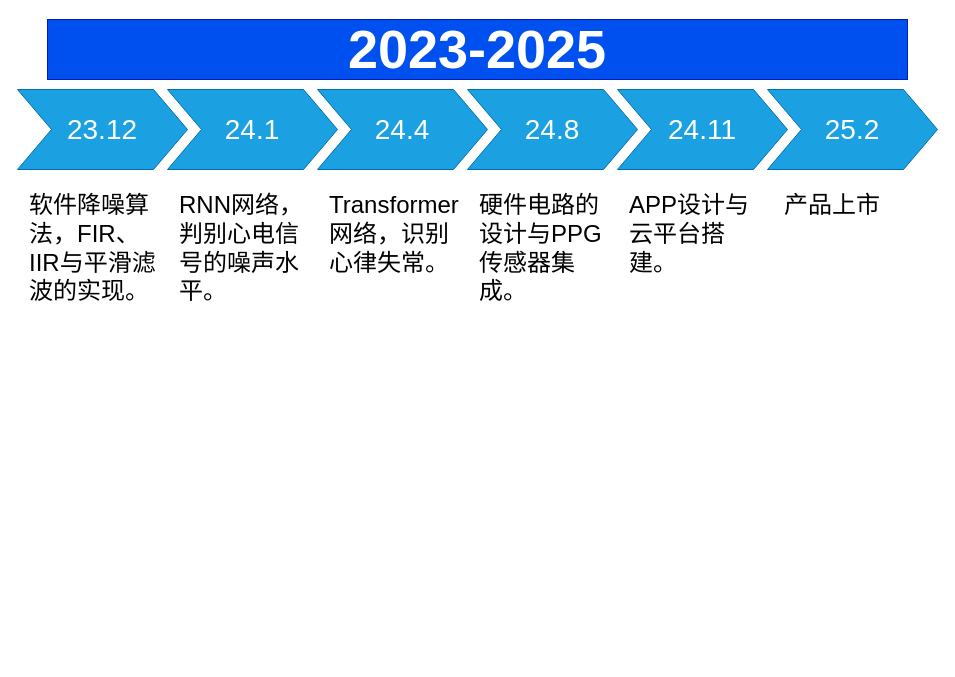
Earlier version of the draw.io diagram postgraduation/23sensor_schedule.drawio (Thesoul20/daily-work). Source tidied: cells renumbered, new cells numbered last; positions are measured from the earlier drawing's top-left corner, leaving out a move shared by most shapes. Both pictures are drawn from the tidied source at 100%, with x=0, y=0 at pixel (17, 19).
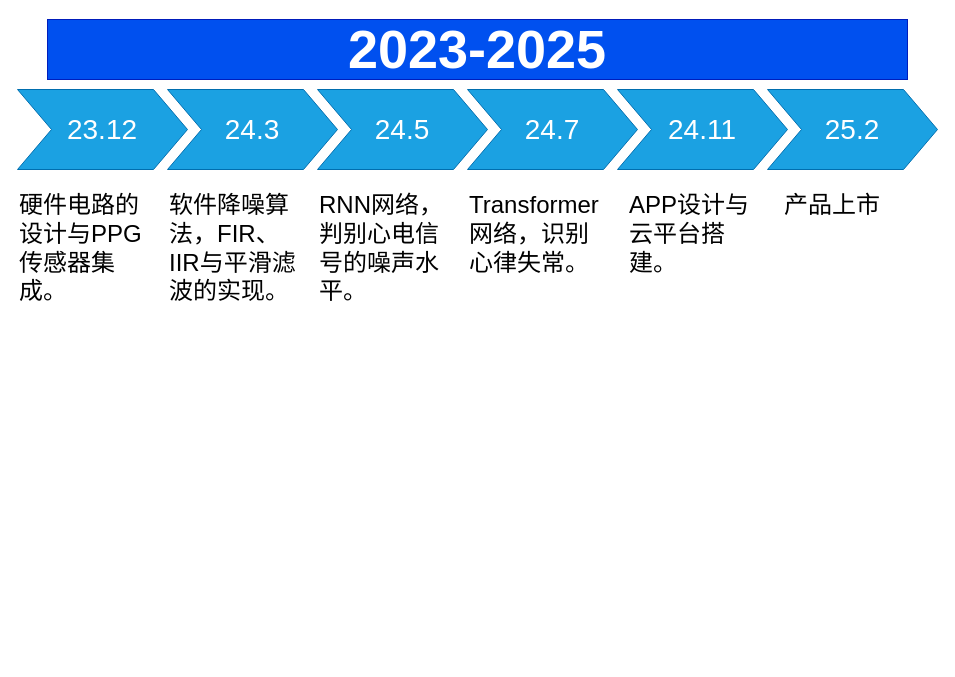
After the change.

Commit message:
first design the hardware and then design the software

What changed in the source:
```diff
@@
 <mxGraphModel>
   <root>
     <mxCell id="0" />
     <mxCell id="1" parent="0" />
     <mxCell id="2" value="23.12" style="shape=step;whiteSpace=wrap;html=1;fontSize=28;fillColor=#1ba1e2;fontColor=#ffffff;strokeColor=#006EAF;" parent="1" vertex="1">
       <mxGeometry y="70" width="170" height="80" as="geometry" />
     </mxCell>
-    <mxCell id="3" value="24.1" style="shape=step;whiteSpace=wrap;html=1;fontSize=28;fillColor=#1ba1e2;fontColor=#ffffff;strokeColor=#006EAF;" parent="1" vertex="1">
+    <mxCell id="3" value="24.3" style="shape=step;whiteSpace=wrap;html=1;fontSize=28;fillColor=#1ba1e2;fontColor=#ffffff;strokeColor=#006EAF;" parent="1" vertex="1">
       <mxGeometry x="150" y="70" width="170" height="80" as="geometry" />
     </mxCell>
-    <mxCell id="4" value="24.4" style="shape=step;whiteSpace=wrap;html=1;fontSize=28;fillColor=#1ba1e2;fontColor=#ffffff;strokeColor=#006EAF;" parent="1" vertex="1">
+    <mxCell id="4" value="24.5" style="shape=step;whiteSpace=wrap;html=1;fontSize=28;fillColor=#1ba1e2;fontColor=#ffffff;strokeColor=#006EAF;" parent="1" vertex="1">
       <mxGeometry x="300" y="70" width="170" height="80" as="geometry" />
     </mxCell>
-    <mxCell id="5" value="24.8" style="shape=step;whiteSpace=wrap;html=1;fontSize=28;fillColor=#1ba1e2;fontColor=#ffffff;strokeColor=#006EAF;" parent="1" vertex="1">
+    <mxCell id="5" value="24.7" style="shape=step;whiteSpace=wrap;html=1;fontSize=28;fillColor=#1ba1e2;fontColor=#ffffff;strokeColor=#006EAF;" parent="1" vertex="1">
       <mxGeometry x="450" y="70" width="170" height="80" as="geometry" />
     </mxCell>
     <mxCell id="6" value="24.11" style="shape=step;whiteSpace=wrap;html=1;fontSize=28;fillColor=#1ba1e2;fontColor=#ffffff;strokeColor=#006EAF;" parent="1" vertex="1">
       <mxGeometry x="600" y="70" width="170" height="80" as="geometry" />
     </mxCell>
     <mxCell id="7" value="25.2" style="shape=step;whiteSpace=wrap;html=1;fontSize=28;fillColor=#1ba1e2;fontColor=#ffffff;strokeColor=#006EAF;" parent="1" vertex="1">
       <mxGeometry x="750" y="70" width="170" height="80" as="geometry" />
     </mxCell>
     <mxCell id="8" value="2023-2025" style="text;html=1;strokeColor=#001DBC;fillColor=#0050ef;align=center;verticalAlign=middle;whiteSpace=wrap;fontSize=54;fontStyle=1;fontColor=#ffffff;" parent="1" vertex="1">
       <mxGeometry x="30" width="860" height="60" as="geometry" />
     </mxCell>
     <mxCell id="9" value="&lt;font style=&quot;font-size: 24px;&quot;&gt;软件降噪算法，FIR、IIR与平滑滤波的实现。&lt;/font&gt;" style="text;spacingTop=-5;fillColor=#ffffff;whiteSpace=wrap;html=1;align=left;fontSize=12;fontFamily=Helvetica;fillColor=none;strokeColor=none;" parent="1" vertex="1">
-      <mxGeometry x="10" y="170" width="140" height="470" as="geometry" />
+      <mxGeometry x="150" y="170" width="140" height="470" as="geometry" />
     </mxCell>
     <mxCell id="10" value="&lt;font style=&quot;font-size: 24px;&quot;&gt;RNN网络，判别心电信号的噪声水平。&lt;/font&gt;" style="text;spacingTop=-5;fillColor=#ffffff;whiteSpace=wrap;html=1;align=left;fontSize=12;fontFamily=Helvetica;fillColor=none;strokeColor=none;" parent="1" vertex="1">
-      <mxGeometry x="160" y="170" width="140" height="470" as="geometry" />
+      <mxGeometry x="300" y="170" width="140" height="470" as="geometry" />
     </mxCell>
     <mxCell id="11" value="&lt;font style=&quot;font-size: 24px;&quot;&gt;Transformer网络，识别心律失常。&lt;/font&gt;" style="text;spacingTop=-5;fillColor=#ffffff;whiteSpace=wrap;html=1;align=left;fontSize=12;fontFamily=Helvetica;fillColor=none;strokeColor=none;" parent="1" vertex="1">
-      <mxGeometry x="310" y="170" width="140" height="470" as="geometry" />
+      <mxGeometry x="450" y="170" width="140" height="470" as="geometry" />
     </mxCell>
     <mxCell id="12" value="&lt;font style=&quot;font-size: 24px;&quot;&gt;硬件电路的设计与PPG传感器集成。&lt;/font&gt;" style="text;spacingTop=-5;fillColor=#ffffff;whiteSpace=wrap;html=1;align=left;fontSize=12;fontFamily=Helvetica;fillColor=none;strokeColor=none;" parent="1" vertex="1">
-      <mxGeometry x="460" y="170" width="140" height="470" as="geometry" />
+      <mxGeometry y="170" width="140" height="470" as="geometry" />
     </mxCell>
     <mxCell id="13" value="&lt;font style=&quot;font-size: 24px;&quot;&gt;APP设计与云平台搭建。&lt;/font&gt;" style="text;spacingTop=-5;fillColor=#ffffff;whiteSpace=wrap;html=1;align=left;fontSize=12;fontFamily=Helvetica;fillColor=none;strokeColor=none;" parent="1" vertex="1">
       <mxGeometry x="610" y="170" width="140" height="470" as="geometry" />
     </mxCell>
     <mxCell id="14" value="&lt;font style=&quot;font-size: 24px;&quot;&gt;产品上市&lt;/font&gt;" style="text;spacingTop=-5;fillColor=#ffffff;whiteSpace=wrap;html=1;align=left;fontSize=12;fontFamily=Helvetica;fillColor=none;strokeColor=none;" parent="1" vertex="1">
       <mxGeometry x="765" y="170" width="140" height="470" as="geometry" />
     </mxCell>
   </root>
 </mxGraphModel>
```
